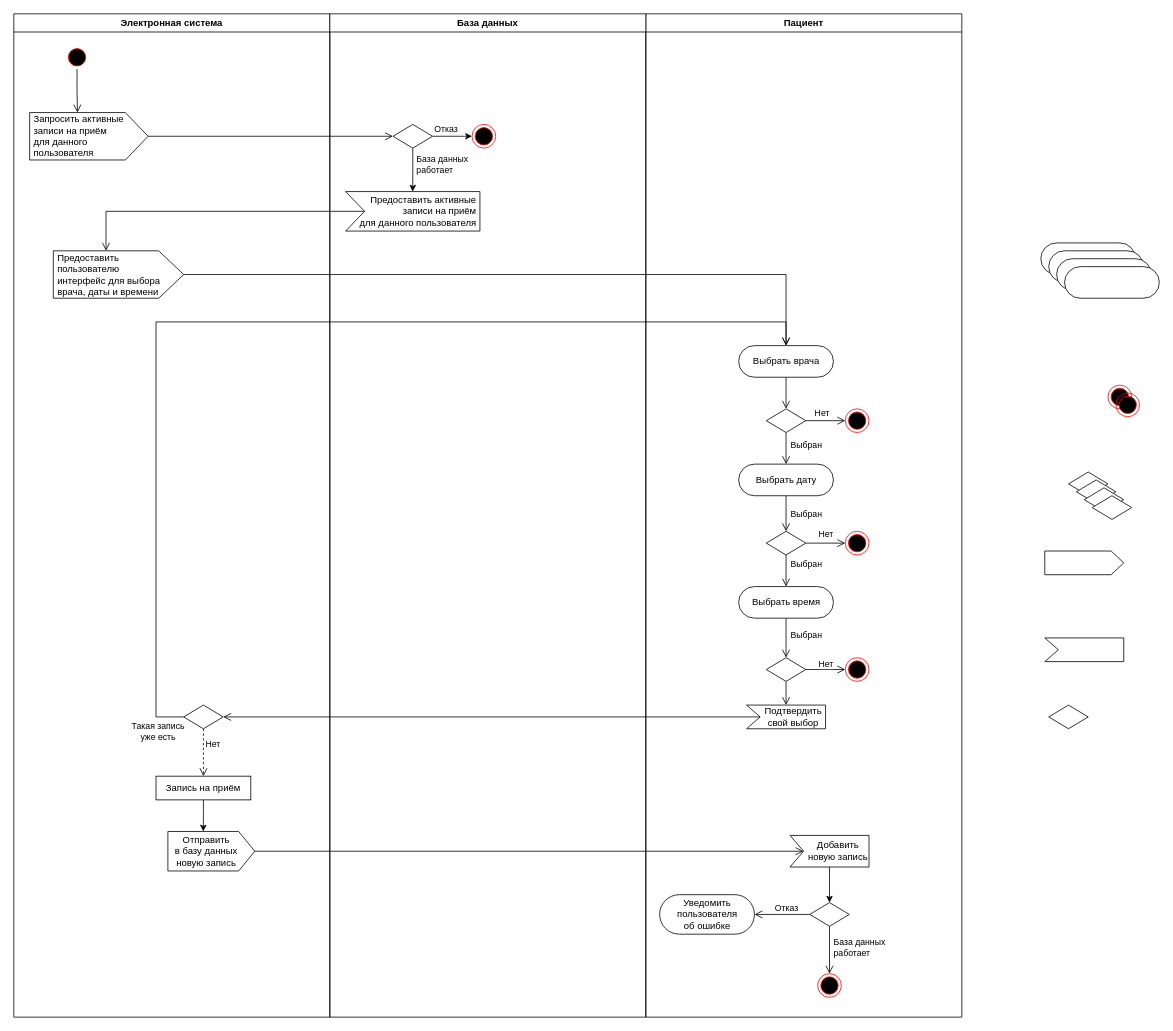
v-tempe/draw.io keeps this draw.io diagram as acms6_2.drawio. Above is the earlier version. Source tidied: cells renumbered, new cells numbered last; positions are measured from the earlier drawing's top-left corner, leaving out a move shared by most shapes. Both pictures are drawn from the tidied source at 79%, with x=0, y=0 at pixel (13, 13).
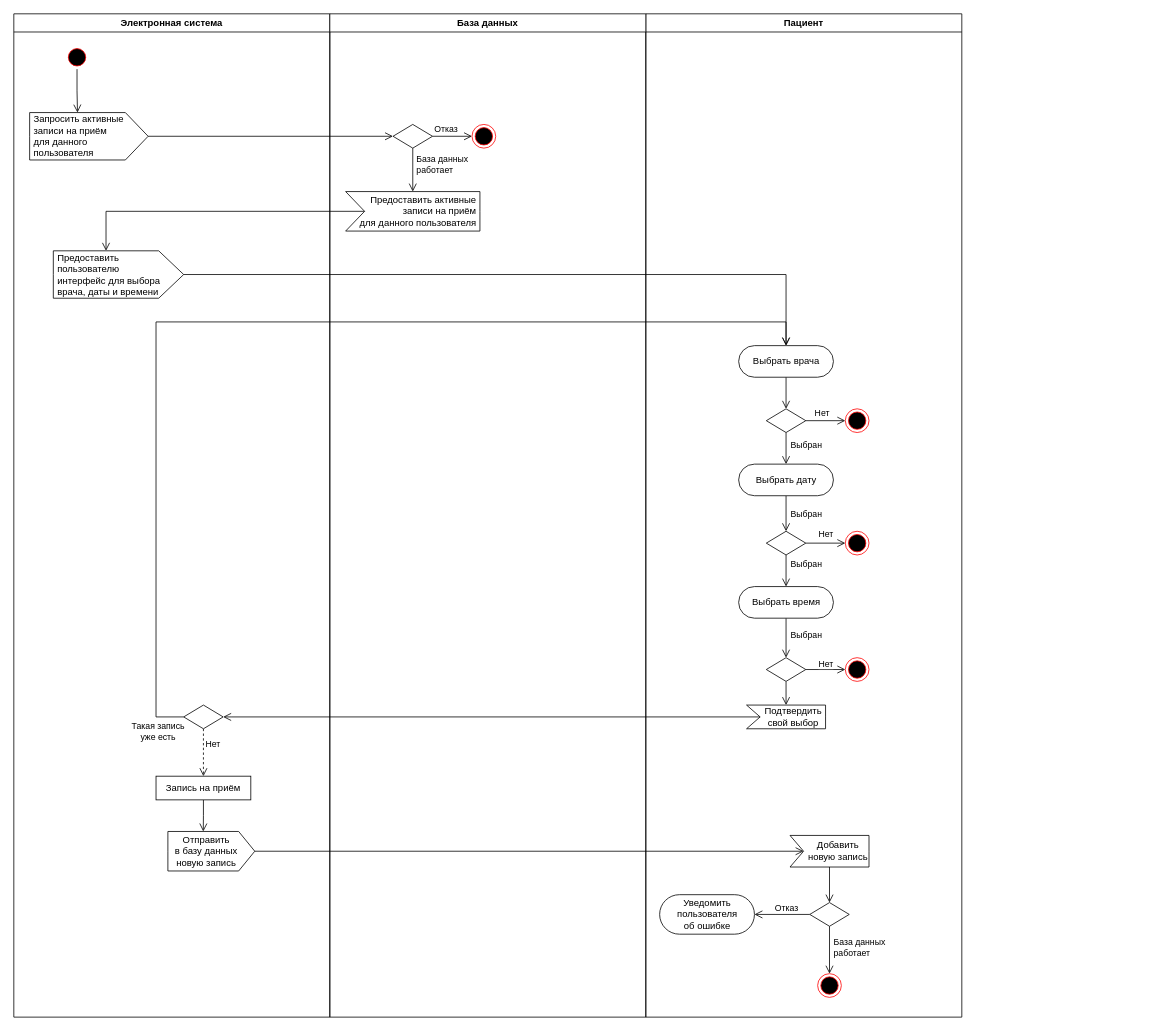
The same page after the edit.

The change refers to these unchanged cells:
```xml
<mxCell id="2" value="Пациент" style="swimlane;whiteSpace=wrap;html=1;" parent="1" vertex="1">
  <mxGeometry x="800" width="400" height="1270" as="geometry" />
</mxCell>
<mxCell id="31" value="&amp;nbsp; &amp;nbsp; &amp;nbsp; Добавить&lt;div&gt;&amp;nbsp; &amp;nbsp; &amp;nbsp; новую запись&lt;/div&gt;" style="html=1;shadow=0;dashed=0;align=center;verticalAlign=middle;shape=mxgraph.arrows2.arrow;dy=0;dx=0;notch=17.2;" parent="2" vertex="1">
  <mxGeometry x="182.5" y="1040" width="100" height="40" as="geometry" />
</mxCell>
<mxCell id="35" style="rhombus;whiteSpace=wrap;html=1;" parent="2" vertex="1">
  <mxGeometry x="207.5" y="1125" width="50" height="30" as="geometry" />
</mxCell>
<mxCell id="38" value="Электронная система" style="swimlane;whiteSpace=wrap;html=1;" parent="1" vertex="1">
  <mxGeometry width="400" height="1270" as="geometry" />
</mxCell>
<mxCell id="46" value="Запись на приём" style="rounded=0;whiteSpace=wrap;html=1;" parent="38" vertex="1">
  <mxGeometry x="180" y="965" width="120" height="30" as="geometry" />
</mxCell>
<mxCell id="48" value="Отправить&amp;nbsp; &amp;nbsp;&amp;nbsp;&lt;div&gt;в базу данных&amp;nbsp; &amp;nbsp;&amp;nbsp;&lt;/div&gt;&lt;div&gt;новую запись&amp;nbsp; &amp;nbsp;&amp;nbsp;&lt;/div&gt;" style="html=1;shadow=0;dashed=0;align=center;verticalAlign=middle;shape=mxgraph.arrows2.arrow;dy=0;dx=20.4;notch=0;" parent="38" vertex="1">
  <mxGeometry x="195" y="1035" width="110" height="50" as="geometry" />
</mxCell>
<mxCell id="50" value="База данных" style="swimlane;whiteSpace=wrap;html=1;" parent="1" vertex="1">
  <mxGeometry x="400" width="400" height="1270" as="geometry" />
</mxCell>
<mxCell id="53" style="rhombus;whiteSpace=wrap;html=1;" parent="50" vertex="1">
  <mxGeometry x="80" y="140" width="50" height="30" as="geometry" />
</mxCell>
<mxCell id="54" value="&amp;nbsp; &amp;nbsp; &amp;nbsp; &amp;nbsp; Предоставить активные&amp;nbsp;&lt;div&gt;&amp;nbsp; &amp;nbsp; &amp;nbsp;записи на приём&amp;nbsp;&lt;/div&gt;&lt;div&gt;&amp;nbsp; &amp;nbsp; &amp;nbsp; для данного&amp;nbsp;&lt;span style=&quot;background-color: transparent; color: light-dark(rgb(0, 0, 0), rgb(255, 255, 255));&quot;&gt;пользователя&amp;nbsp;&lt;/span&gt;&lt;/div&gt;" style="html=1;shadow=0;dashed=0;align=right;verticalAlign=middle;shape=mxgraph.arrows2.arrow;dy=0;dx=0;notch=24;" parent="50" vertex="1">
  <mxGeometry x="20" y="225" width="170" height="50" as="geometry" />
</mxCell>
<mxCell id="55" style="ellipse;html=1;shape=endState;fillColor=#000000;strokeColor=#ff0000;" parent="50" vertex="1">
  <mxGeometry x="180" y="140" width="30" height="30" as="geometry" />
</mxCell>
```

What changed in the source:
```diff
@@
-    <mxCell id="30" style="edgeStyle=orthogonalEdgeStyle;rounded=0;jettySize=auto;html=1;exitX=0;exitY=0;exitDx=50;exitDy=30;exitPerimeter=0;entryX=0.5;entryY=0;entryDx=0;entryDy=0;" parent="2" edge="1" source="31" target="35">
+    <mxCell id="30" style="edgeStyle=orthogonalEdgeStyle;rounded=0;jettySize=auto;html=1;exitX=0;exitY=0;exitDx=50;exitDy=30;exitPerimeter=0;entryX=0.5;entryY=0;entryDx=0;entryDy=0;endArrow=open;endFill=0;endSize=8;" parent="2" edge="1" source="31" target="35">
       <mxGeometry relative="1" as="geometry" />
     </mxCell>
@@
-    <mxCell id="45" style="edgeStyle=orthogonalEdgeStyle;rounded=0;jettySize=auto;html=1;exitX=0.5;exitY=1;exitDx=0;exitDy=0;entryX=0;entryY=0;entryDx=44.8;entryDy=0;entryPerimeter=0;" parent="38" edge="1" source="46" target="48">
+    <mxCell id="45" style="edgeStyle=orthogonalEdgeStyle;rounded=0;jettySize=auto;html=1;exitX=0.5;exitY=1;exitDx=0;exitDy=0;entryX=0;entryY=0;entryDx=44.8;entryDy=0;entryPerimeter=0;endSize=8;endArrow=open;endFill=0;" parent="38" edge="1" source="46" target="48">
       <mxGeometry relative="1" as="geometry" />
     </mxCell>
@@
-    <mxCell id="49" style="ellipse;html=1;shape=endState;fillColor=#000000;strokeColor=#ff0000;" parent="1" vertex="1">
-      <mxGeometry x="1385" y="470" width="30" height="30" as="geometry" />
-    </mxCell>
@@
-    <mxCell id="51" style="edgeStyle=orthogonalEdgeStyle;rounded=0;jettySize=auto;html=1;exitX=1;exitY=0.5;exitDx=0;exitDy=0;entryX=0;entryY=0.5;entryDx=0;entryDy=0;" parent="50" edge="1" source="53" target="55">
+    <mxCell id="51" style="edgeStyle=orthogonalEdgeStyle;rounded=0;jettySize=auto;html=1;exitX=1;exitY=0.5;exitDx=0;exitDy=0;entryX=0;entryY=0.5;entryDx=0;entryDy=0;endSize=8;endArrow=open;endFill=0;" parent="50" edge="1" source="53" target="55">
       <mxGeometry relative="1" as="geometry" />
     </mxCell>
@@
-    <mxCell id="56" style="edgeStyle=orthogonalEdgeStyle;rounded=0;jettySize=auto;html=1;exitX=0.5;exitY=1;exitDx=0;exitDy=0;entryX=0;entryY=0;entryDx=85;entryDy=0;entryPerimeter=0;" parent="50" edge="1" source="53" target="54">
+    <mxCell id="56" style="edgeStyle=orthogonalEdgeStyle;rounded=0;jettySize=auto;html=1;exitX=0.5;exitY=1;exitDx=0;exitDy=0;entryX=0;entryY=0;entryDx=85;entryDy=0;entryPerimeter=0;endArrow=open;endFill=0;endSize=8;" parent="50" edge="1" source="53" target="54">
       <mxGeometry relative="1" as="geometry" />
     </mxCell>
@@
-    <mxCell id="58" style="rounded=1;whiteSpace=wrap;html=1;arcSize=50;" parent="1" vertex="1">
-      <mxGeometry x="1300" y="290" width="120" height="40" as="geometry" />
-    </mxCell>
-    <mxCell id="59" style="rounded=1;whiteSpace=wrap;html=1;arcSize=50;" parent="1" vertex="1">
-      <mxGeometry x="1310" y="300" width="120" height="40" as="geometry" />
-    </mxCell>
-    <mxCell id="60" style="ellipse;html=1;shape=endState;fillColor=#000000;strokeColor=#ff0000;" parent="1" vertex="1">
-      <mxGeometry x="1395" y="480" width="30" height="30" as="geometry" />
-    </mxCell>
-    <mxCell id="61" style="rhombus;whiteSpace=wrap;html=1;" parent="1" vertex="1">
-      <mxGeometry x="1335" y="580" width="50" height="30" as="geometry" />
-    </mxCell>
-    <mxCell id="62" style="rhombus;whiteSpace=wrap;html=1;" parent="1" vertex="1">
-      <mxGeometry x="1310" y="875" width="50" height="30" as="geometry" />
-    </mxCell>
@@
-    <mxCell id="65" style="html=1;shadow=0;dashed=0;align=center;verticalAlign=middle;shape=mxgraph.arrows2.arrow;dy=0;dx=16;notch=0;" parent="1" vertex="1">
-      <mxGeometry x="1305" y="680" width="100" height="30" as="geometry" />
-    </mxCell>
-    <mxCell id="66" style="html=1;shadow=0;dashed=0;align=center;verticalAlign=middle;shape=mxgraph.arrows2.arrow;dy=0;dx=0;notch=17.2;" parent="1" vertex="1">
-      <mxGeometry x="1305" y="790" width="100" height="30" as="geometry" />
-    </mxCell>
@@
-    <mxCell id="69" style="rounded=1;whiteSpace=wrap;html=1;arcSize=50;" parent="1" vertex="1">
-      <mxGeometry x="1320" y="310" width="120" height="40" as="geometry" />
-    </mxCell>
-    <mxCell id="70" style="rounded=1;whiteSpace=wrap;html=1;arcSize=50;" parent="1" vertex="1">
-      <mxGeometry x="1330" y="320" width="120" height="40" as="geometry" />
-    </mxCell>
@@
-    <mxCell id="73" style="rhombus;whiteSpace=wrap;html=1;" parent="1" vertex="1">
-      <mxGeometry x="1345" y="590" width="50" height="30" as="geometry" />
-    </mxCell>
-    <mxCell id="74" style="rhombus;whiteSpace=wrap;html=1;" parent="1" vertex="1">
-      <mxGeometry x="1355" y="600" width="50" height="30" as="geometry" />
-    </mxCell>
-    <mxCell id="75" style="rhombus;whiteSpace=wrap;html=1;" parent="1" vertex="1">
-      <mxGeometry x="1365" y="610" width="50" height="30" as="geometry" />
-    </mxCell>
```
